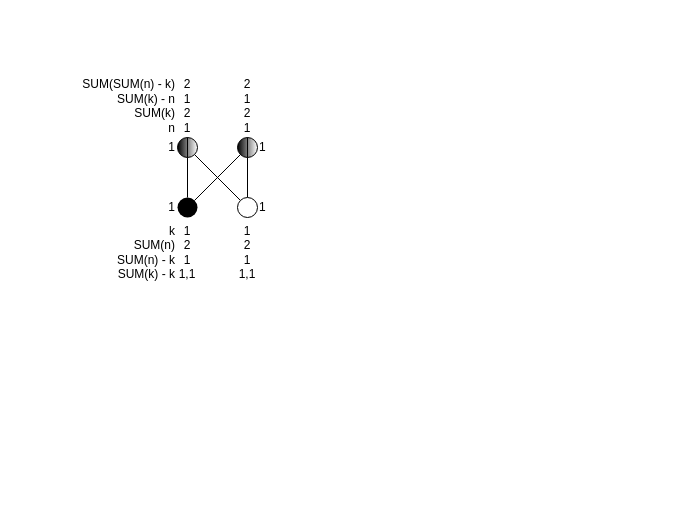
Earlier version of the draw.io diagram page "Modes filtering" (2 of 3) of docs/Experimental-Nets.drawio (valooford/OntoNet-CPN). Source tidied: cells renumbered, new cells numbered last; positions are measured from the earlier drawing's top-left corner, leaving out a move shared by most shapes. Both pictures are drawn from the tidied source at 100%, with x=0, y=0 at pixel (57, 57).
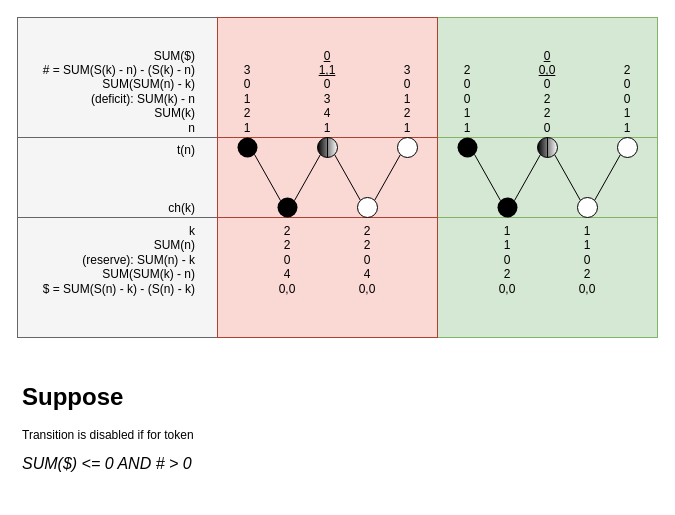
Above is the later version.

Commit message:
A hypothesis have been formed in modes filtering diagram

Diff of the diagram source:
```diff
@@
+    <mxCell id="16" style="group;" parent="1" vertex="1">
+      <mxGeometry x="380" y="-40" width="220" height="320" as="geometry" />
+    </mxCell>
+    <mxCell id="17" style="group;fillColor=#d5e8d4;strokeColor=#82b366;" parent="16" vertex="1">
+      <mxGeometry width="220" height="320" as="geometry" />
+    </mxCell>
+    <mxCell id="18" style="rounded=0;whiteSpace=wrap;html=1;fillColor=#d5e8d4;strokeColor=#82b366;" parent="16" vertex="1">
+      <mxGeometry y="200" width="220" height="120" as="geometry" />
+    </mxCell>
+    <mxCell id="19" style="rounded=0;whiteSpace=wrap;html=1;fillColor=#d5e8d4;strokeColor=#82b366;" parent="16" vertex="1">
+      <mxGeometry y="120" width="220" height="80" as="geometry" />
+    </mxCell>
+    <mxCell id="20" style="rounded=0;whiteSpace=wrap;html=1;fillColor=#d5e8d4;strokeColor=#82b366;" parent="16" vertex="1">
+      <mxGeometry width="220" height="120" as="geometry" />
+    </mxCell>
+    <mxCell id="21" style="group;" parent="1" vertex="1">
+      <mxGeometry x="-40" y="-40" width="200" height="320" as="geometry" />
+    </mxCell>
+    <mxCell id="22" style="rounded=0;whiteSpace=wrap;html=1;fillColor=#f5f5f5;strokeColor=#666666;fontColor=#333333;" parent="21" vertex="1">
+      <mxGeometry y="200" width="200" height="120" as="geometry" />
+    </mxCell>
+    <mxCell id="23" style="rounded=0;whiteSpace=wrap;html=1;fillColor=#f5f5f5;strokeColor=#666666;fontColor=#333333;" parent="21" vertex="1">
+      <mxGeometry y="120" width="200" height="80" as="geometry" />
+    </mxCell>
+    <mxCell id="24" style="rounded=0;whiteSpace=wrap;html=1;fillColor=#f5f5f5;strokeColor=#666666;fontColor=#333333;" parent="21" vertex="1">
+      <mxGeometry width="200" height="120" as="geometry" />
+    </mxCell>
+    <mxCell id="25" value="t(n)&lt;br&gt;&lt;br&gt;&lt;br&gt;&lt;br&gt;ch(k)" style="text;html=1;strokeColor=none;fillColor=none;align=right;verticalAlign=bottom;whiteSpace=wrap;rounded=0;labelBackgroundColor=none;fontColor=#000000;labelPosition=center;verticalLabelPosition=middle;" parent="21" vertex="1">
+      <mxGeometry x="20" y="120" width="160" height="80" as="geometry" />
+    </mxCell>
+    <mxCell id="26" style="group;" parent="1" vertex="1">
+      <mxGeometry x="160" y="-40" width="220" height="320" as="geometry" />
+    </mxCell>
+    <mxCell id="27" style="rounded=0;whiteSpace=wrap;html=1;fillColor=#fad9d5;strokeColor=#ae4132;" parent="26" vertex="1">
+      <mxGeometry y="200" width="220" height="120" as="geometry" />
+    </mxCell>
+    <mxCell id="28" style="rounded=0;whiteSpace=wrap;html=1;fillColor=#fad9d5;strokeColor=#ae4132;" parent="26" vertex="1">
+      <mxGeometry y="120" width="220" height="80" as="geometry" />
+    </mxCell>
+    <mxCell id="29" style="rounded=0;whiteSpace=wrap;html=1;fillColor=#fad9d5;strokeColor=#ae4132;" parent="26" vertex="1">
+      <mxGeometry width="220" height="120" as="geometry" />
+    </mxCell>
-    <mxCell id="2" style="rounded=0;jettySize=auto;html=1;exitX=0.5;exitY=0;exitDx=0;exitDy=0;entryX=0.5;entryY=1;entryDx=0;entryDy=0;fontColor=#000000;endArrow=none;endFill=0;" parent="1" edge="1" source="4" target="8">
+    <mxCell id="2" style="rounded=0;jettySize=auto;html=1;exitX=0;exitY=0;exitDx=0;exitDy=0;entryX=1;entryY=1;entryDx=0;entryDy=0;fontColor=#000000;endArrow=none;endFill=0;" parent="1" edge="1" source="4" target="31">
       <mxGeometry relative="1" as="geometry" />
     </mxCell>
@@
-    <mxCell id="4" value="1" style="ellipse;whiteSpace=wrap;html=1;fillColor=#000000;strokeColor=none;labelPosition=left;verticalLabelPosition=middle;align=right;verticalAlign=middle;" parent="1" vertex="1">
-      <mxGeometry x="120" y="140" width="20" height="20" as="geometry" />
+    <mxCell id="4" style="ellipse;whiteSpace=wrap;html=1;fillColor=#000000;strokeColor=none;labelPosition=left;verticalLabelPosition=middle;align=right;verticalAlign=middle;" parent="1" vertex="1">
+      <mxGeometry x="220" y="140" width="20" height="20" as="geometry" />
     </mxCell>
-    <mxCell id="5" style="edgeStyle=none;rounded=0;jettySize=auto;html=1;exitX=0.5;exitY=0;exitDx=0;exitDy=0;entryX=0.5;entryY=1;entryDx=0;entryDy=0;endArrow=none;endFill=0;fontColor=#000000;" parent="1" edge="1" source="7" target="9">
+    <mxCell id="5" style="edgeStyle=none;rounded=0;jettySize=auto;html=1;exitX=0;exitY=0;exitDx=0;exitDy=0;entryX=1;entryY=1;entryDx=0;entryDy=0;endArrow=none;endFill=0;fontColor=#000000;" parent="1" edge="1" source="7" target="9">
       <mxGeometry relative="1" as="geometry" />
     </mxCell>
-    <mxCell id="6" style="edgeStyle=none;rounded=0;jettySize=auto;html=1;exitX=0;exitY=0;exitDx=0;exitDy=0;entryX=1;entryY=1;entryDx=0;entryDy=0;endArrow=none;endFill=0;fontColor=#000000;" parent="1" edge="1" source="7" target="8">
-      <mxGeometry relative="1" as="geometry" />
-    </mxCell>
+    <mxCell id="30" style="rounded=0;jettySize=auto;html=1;exitX=1;exitY=0;exitDx=0;exitDy=0;entryX=0;entryY=1;entryDx=0;entryDy=0;endArrow=none;endFill=0;" parent="1" edge="1" source="7" target="33">
+      <mxGeometry relative="1" as="geometry" />
+    </mxCell>
-    <mxCell id="7" value="1" style="ellipse;whiteSpace=wrap;html=1;labelPosition=right;verticalLabelPosition=middle;align=left;verticalAlign=middle;" parent="1" vertex="1">
-      <mxGeometry x="180" y="140" width="20" height="20" as="geometry" />
+    <mxCell id="7" style="ellipse;whiteSpace=wrap;html=1;labelPosition=right;verticalLabelPosition=middle;align=left;verticalAlign=middle;" parent="1" vertex="1">
+      <mxGeometry x="300" y="140" width="20" height="20" as="geometry" />
     </mxCell>
-    <mxCell id="8" value="1" style="shape=lineEllipse;line=vertical;perimeter=ellipsePerimeter;whiteSpace=wrap;html=1;backgroundOutline=1;strokeColor=#000000;fontColor=#000000;labelPosition=left;verticalLabelPosition=middle;align=right;verticalAlign=middle;labelBackgroundColor=none;gradientColor=#ffffff;fillColor=#000000;gradientDirection=east;" parent="1" vertex="1">
-      <mxGeometry x="120" y="80" width="20" height="20" as="geometry" />
-    </mxCell>
-    <mxCell id="9" value="1" style="shape=lineEllipse;line=vertical;perimeter=ellipsePerimeter;whiteSpace=wrap;html=1;backgroundOutline=1;strokeColor=#000000;fontColor=#000000;labelPosition=right;verticalLabelPosition=middle;align=left;verticalAlign=middle;labelBackgroundColor=none;gradientColor=#ffffff;fillColor=#000000;gradientDirection=east;" parent="1" vertex="1">
-      <mxGeometry x="180" y="80" width="20" height="20" as="geometry" />
+    <mxCell id="9" style="shape=lineEllipse;line=vertical;perimeter=ellipsePerimeter;whiteSpace=wrap;html=1;backgroundOutline=1;strokeColor=#000000;fontColor=#000000;labelPosition=right;verticalLabelPosition=middle;align=left;verticalAlign=middle;labelBackgroundColor=none;gradientColor=#ffffff;fillColor=#000000;gradientDirection=east;" parent="1" vertex="1">
+      <mxGeometry x="260" y="80" width="20" height="20" as="geometry" />
     </mxCell>
-    <mxCell id="10" value="k&lt;br&gt;SUM(n)&lt;br&gt;SUM(n) - k&lt;br&gt;SUM(k) - k" style="text;html=1;strokeColor=none;fillColor=none;align=right;verticalAlign=top;whiteSpace=wrap;rounded=0;labelBackgroundColor=none;fontColor=#000000;labelPosition=center;verticalLabelPosition=middle;" parent="1" vertex="1">
-      <mxGeometry y="160" width="120" height="80" as="geometry" />
+    <mxCell id="10" value="k&lt;br&gt;SUM(n)&lt;br&gt;(reserve): SUM(n) - k&lt;br&gt;SUM(SUM(k) - n)&lt;br&gt;$ = SUM(S(n) - k) - (S(n) - k)" style="text;html=1;strokeColor=none;fillColor=none;align=right;verticalAlign=top;whiteSpace=wrap;rounded=0;labelBackgroundColor=none;fontColor=#000000;labelPosition=center;verticalLabelPosition=middle;" parent="1" vertex="1">
+      <mxGeometry x="-20" y="160" width="160" height="120" as="geometry" />
     </mxCell>
-    <mxCell id="11" value="SUM(SUM(n) - k)&lt;br&gt;SUM(k) - n&lt;br&gt;SUM(k)&lt;br&gt;n" style="text;html=1;strokeColor=none;fillColor=none;align=right;verticalAlign=bottom;whiteSpace=wrap;rounded=0;labelBackgroundColor=none;fontColor=#000000;labelPosition=center;verticalLabelPosition=middle;" parent="1" vertex="1">
-      <mxGeometry width="120" height="80" as="geometry" />
+    <mxCell id="11" value="SUM($)&lt;br&gt;# = SUM(S(k) - n) - (S(k) - n)&lt;br&gt;SUM(SUM(n) - k)&lt;br&gt;(deficit): SUM(k) - n&lt;br&gt;SUM(k)&lt;br&gt;n" style="text;html=1;strokeColor=none;fillColor=none;align=right;verticalAlign=bottom;whiteSpace=wrap;rounded=0;labelBackgroundColor=none;fontColor=#000000;labelPosition=center;verticalLabelPosition=middle;" parent="1" vertex="1">
+      <mxGeometry x="-20" y="-40" width="160" height="120" as="geometry" />
     </mxCell>
-    <mxCell id="12" value="1&lt;br&gt;2&lt;br&gt;1&lt;br&gt;1,1" style="text;html=1;strokeColor=none;fillColor=none;align=center;verticalAlign=top;whiteSpace=wrap;rounded=0;labelBackgroundColor=none;fontColor=#000000;labelPosition=center;verticalLabelPosition=middle;" parent="1" vertex="1">
-      <mxGeometry x="120" y="160" width="20" height="80" as="geometry" />
+    <mxCell id="12" value="2&lt;br&gt;2&lt;br&gt;0&lt;br&gt;4&lt;br&gt;0,0" style="text;html=1;strokeColor=none;fillColor=none;align=center;verticalAlign=top;whiteSpace=wrap;rounded=0;labelBackgroundColor=none;fontColor=#000000;labelPosition=center;verticalLabelPosition=middle;" parent="1" vertex="1">
+      <mxGeometry x="220" y="160" width="20" height="120" as="geometry" />
     </mxCell>
-    <mxCell id="13" value="1&lt;br&gt;2&lt;br&gt;1&lt;br&gt;1,1" style="text;html=1;strokeColor=none;fillColor=none;align=center;verticalAlign=top;whiteSpace=wrap;rounded=0;labelBackgroundColor=none;fontColor=#000000;labelPosition=center;verticalLabelPosition=middle;" parent="1" vertex="1">
-      <mxGeometry x="180" y="160" width="20" height="80" as="geometry" />
+    <mxCell id="13" value="2&lt;br&gt;2&lt;br&gt;0&lt;br&gt;4&lt;br&gt;0,0" style="text;html=1;strokeColor=none;fillColor=none;align=center;verticalAlign=top;whiteSpace=wrap;rounded=0;labelBackgroundColor=none;fontColor=#000000;labelPosition=center;verticalLabelPosition=middle;" parent="1" vertex="1">
+      <mxGeometry x="300" y="160" width="20" height="120" as="geometry" />
     </mxCell>
-    <mxCell id="14" value="2&lt;br&gt;1&lt;br&gt;2&lt;br&gt;1" style="text;html=1;strokeColor=none;fillColor=none;align=center;verticalAlign=bottom;whiteSpace=wrap;rounded=0;labelBackgroundColor=none;fontColor=#000000;labelPosition=center;verticalLabelPosition=middle;" parent="1" vertex="1">
-      <mxGeometry x="120" width="20" height="80" as="geometry" />
-    </mxCell>
-    <mxCell id="15" value="2&lt;br&gt;1&lt;br&gt;2&lt;br&gt;1" style="text;html=1;strokeColor=none;fillColor=none;align=center;verticalAlign=bottom;whiteSpace=wrap;rounded=0;labelBackgroundColor=none;fontColor=#000000;labelPosition=center;verticalLabelPosition=middle;" parent="1" vertex="1">
-      <mxGeometry x="180" width="20" height="80" as="geometry" />
+    <mxCell id="15" value="&lt;u&gt;0&lt;br&gt;1,1&lt;/u&gt;&lt;br&gt;0&lt;br&gt;3&lt;br&gt;4&lt;br&gt;1" style="text;html=1;strokeColor=none;fillColor=none;align=center;verticalAlign=bottom;whiteSpace=wrap;rounded=0;labelBackgroundColor=none;fontColor=#000000;labelPosition=center;verticalLabelPosition=middle;" parent="1" vertex="1">
+      <mxGeometry x="260" y="-40" width="20" height="120" as="geometry" />
     </mxCell>
+    <mxCell id="31" style="ellipse;whiteSpace=wrap;html=1;fillColor=#000000;strokeColor=none;labelPosition=left;verticalLabelPosition=middle;align=right;verticalAlign=middle;" parent="1" vertex="1">
+      <mxGeometry x="180" y="80" width="20" height="20" as="geometry" />
+    </mxCell>
+    <mxCell id="32" value="&lt;br&gt;3&lt;br&gt;0&lt;br&gt;1&lt;br&gt;2&lt;br&gt;1" style="text;html=1;strokeColor=none;fillColor=none;align=center;verticalAlign=bottom;whiteSpace=wrap;rounded=0;labelBackgroundColor=none;fontColor=#000000;labelPosition=center;verticalLabelPosition=middle;" parent="1" vertex="1">
+      <mxGeometry x="180" y="-40" width="20" height="120" as="geometry" />
+    </mxCell>
+    <mxCell id="33" style="ellipse;whiteSpace=wrap;html=1;labelPosition=right;verticalLabelPosition=middle;align=left;verticalAlign=middle;" parent="1" vertex="1">
+      <mxGeometry x="340" y="80" width="20" height="20" as="geometry" />
+    </mxCell>
+    <mxCell id="34" value="&lt;br&gt;3&lt;br&gt;0&lt;br&gt;1&lt;br&gt;2&lt;br&gt;1" style="text;html=1;strokeColor=none;fillColor=none;align=center;verticalAlign=bottom;whiteSpace=wrap;rounded=0;labelBackgroundColor=none;fontColor=#000000;labelPosition=center;verticalLabelPosition=middle;" parent="1" vertex="1">
+      <mxGeometry x="340" y="-40" width="20" height="120" as="geometry" />
+    </mxCell>
+    <mxCell id="35" style="rounded=0;jettySize=auto;html=1;exitX=0;exitY=0;exitDx=0;exitDy=0;entryX=1;entryY=1;entryDx=0;entryDy=0;fontColor=#000000;endArrow=none;endFill=0;" parent="1" edge="1" source="37" target="45">
+      <mxGeometry relative="1" as="geometry" />
+    </mxCell>
+    <mxCell id="36" style="rounded=0;jettySize=auto;html=1;exitX=1;exitY=0;exitDx=0;exitDy=0;entryX=0;entryY=1;entryDx=0;entryDy=0;endArrow=none;endFill=0;fontColor=#000000;" parent="1" edge="1" source="37" target="41">
+      <mxGeometry relative="1" as="geometry" />
+    </mxCell>
+    <mxCell id="37" style="ellipse;whiteSpace=wrap;html=1;fillColor=#000000;strokeColor=none;labelPosition=left;verticalLabelPosition=middle;align=right;verticalAlign=middle;" parent="1" vertex="1">
+      <mxGeometry x="440" y="140" width="20" height="20" as="geometry" />
+    </mxCell>
+    <mxCell id="38" style="edgeStyle=none;rounded=0;jettySize=auto;html=1;exitX=0;exitY=0;exitDx=0;exitDy=0;entryX=1;entryY=1;entryDx=0;entryDy=0;endArrow=none;endFill=0;fontColor=#000000;" parent="1" edge="1" source="40" target="41">
+      <mxGeometry relative="1" as="geometry" />
+    </mxCell>
+    <mxCell id="39" style="rounded=0;jettySize=auto;html=1;exitX=1;exitY=0;exitDx=0;exitDy=0;entryX=0;entryY=1;entryDx=0;entryDy=0;endArrow=none;endFill=0;" parent="1" edge="1" source="40" target="47">
+      <mxGeometry relative="1" as="geometry" />
+    </mxCell>
+    <mxCell id="40" style="ellipse;whiteSpace=wrap;html=1;labelPosition=right;verticalLabelPosition=middle;align=left;verticalAlign=middle;" parent="1" vertex="1">
+      <mxGeometry x="520" y="140" width="20" height="20" as="geometry" />
+    </mxCell>
+    <mxCell id="41" style="shape=lineEllipse;line=vertical;perimeter=ellipsePerimeter;whiteSpace=wrap;html=1;backgroundOutline=1;strokeColor=#000000;fontColor=#000000;labelPosition=right;verticalLabelPosition=middle;align=left;verticalAlign=middle;labelBackgroundColor=none;gradientColor=#ffffff;fillColor=#000000;gradientDirection=east;" parent="1" vertex="1">
+      <mxGeometry x="480" y="80" width="20" height="20" as="geometry" />
+    </mxCell>
+    <mxCell id="42" value="1&lt;br&gt;1&lt;br&gt;0&lt;br&gt;2&lt;br&gt;0,0" style="text;html=1;strokeColor=none;fillColor=none;align=center;verticalAlign=top;whiteSpace=wrap;rounded=0;labelBackgroundColor=none;fontColor=#000000;labelPosition=center;verticalLabelPosition=middle;" parent="1" vertex="1">
+      <mxGeometry x="440" y="160" width="20" height="120" as="geometry" />
+    </mxCell>
+    <mxCell id="43" value="1&lt;br&gt;1&lt;br&gt;0&lt;br&gt;2&lt;br&gt;0,0" style="text;html=1;strokeColor=none;fillColor=none;align=center;verticalAlign=top;whiteSpace=wrap;rounded=0;labelBackgroundColor=none;fontColor=#000000;labelPosition=center;verticalLabelPosition=middle;" parent="1" vertex="1">
+      <mxGeometry x="520" y="160" width="20" height="120" as="geometry" />
+    </mxCell>
+    <mxCell id="44" value="&lt;u&gt;0&lt;br&gt;0,0&lt;/u&gt;&lt;br&gt;0&lt;br&gt;2&lt;br&gt;2&lt;br&gt;0" style="text;html=1;strokeColor=none;fillColor=none;align=center;verticalAlign=bottom;whiteSpace=wrap;rounded=0;labelBackgroundColor=none;fontColor=#000000;labelPosition=center;verticalLabelPosition=middle;" parent="1" vertex="1">
+      <mxGeometry x="480" y="-40" width="20" height="120" as="geometry" />
+    </mxCell>
+    <mxCell id="45" style="ellipse;whiteSpace=wrap;html=1;fillColor=#000000;strokeColor=none;labelPosition=left;verticalLabelPosition=middle;align=right;verticalAlign=middle;" parent="1" vertex="1">
+      <mxGeometry x="400" y="80" width="20" height="20" as="geometry" />
+    </mxCell>
+    <mxCell id="46" value="&lt;br&gt;2&lt;br&gt;0&lt;br&gt;0&lt;br&gt;1&lt;br&gt;1" style="text;html=1;strokeColor=none;fillColor=none;align=center;verticalAlign=bottom;whiteSpace=wrap;rounded=0;labelBackgroundColor=none;fontColor=#000000;labelPosition=center;verticalLabelPosition=middle;" parent="1" vertex="1">
+      <mxGeometry x="400" y="-40" width="20" height="120" as="geometry" />
+    </mxCell>
+    <mxCell id="47" style="ellipse;whiteSpace=wrap;html=1;labelPosition=right;verticalLabelPosition=middle;align=left;verticalAlign=middle;" parent="1" vertex="1">
+      <mxGeometry x="560" y="80" width="20" height="20" as="geometry" />
+    </mxCell>
+    <mxCell id="48" value="&lt;br&gt;2&lt;br&gt;0&lt;br&gt;0&lt;br&gt;1&lt;br&gt;1" style="text;html=1;strokeColor=none;fillColor=none;align=center;verticalAlign=bottom;whiteSpace=wrap;rounded=0;labelBackgroundColor=none;fontColor=#000000;labelPosition=center;verticalLabelPosition=middle;" parent="1" vertex="1">
+      <mxGeometry x="560" y="-40" width="20" height="120" as="geometry" />
+    </mxCell>
+    <mxCell id="49" value="&lt;h1&gt;Suppose&lt;/h1&gt;&lt;p&gt;Transition is disabled if for token&lt;/p&gt;&lt;p&gt;&lt;font size=&quot;1&quot;&gt;&lt;i style=&quot;font-size: 16px&quot;&gt;SUM($) &amp;lt;= 0 AND # &amp;gt; 0&lt;/i&gt;&lt;/font&gt;&lt;/p&gt;" style="text;html=1;strokeColor=none;fillColor=none;spacing=5;spacingTop=-20;whiteSpace=wrap;overflow=hidden;rounded=0;" parent="1" vertex="1">
+      <mxGeometry x="-40" y="320" width="190" height="120" as="geometry" />
+    </mxCell>
```
